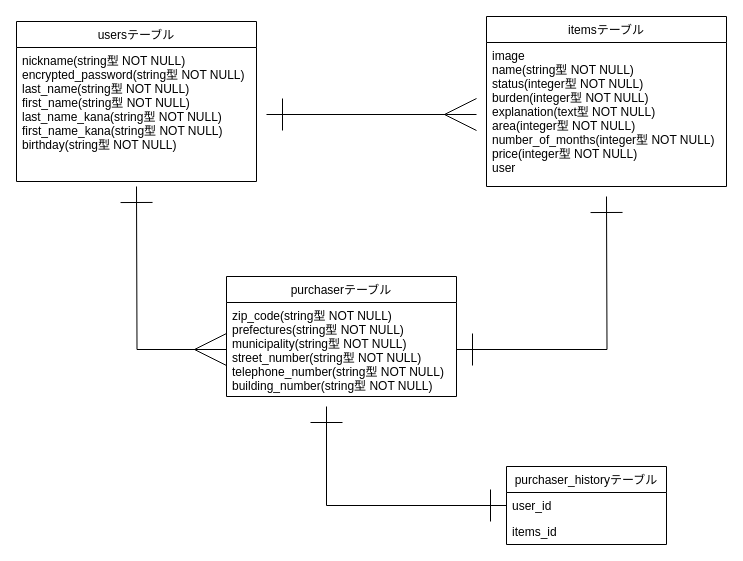
The draw.io diagram furima.dio in tomoya0605/furima-31686, before the edit. Source tidied: cells renumbered, new cells numbered last; positions are measured from the earlier drawing's top-left corner, leaving out a move shared by most shapes. Both pictures are drawn from the tidied source at 100%, with x=0, y=0 at pixel (16, 16).
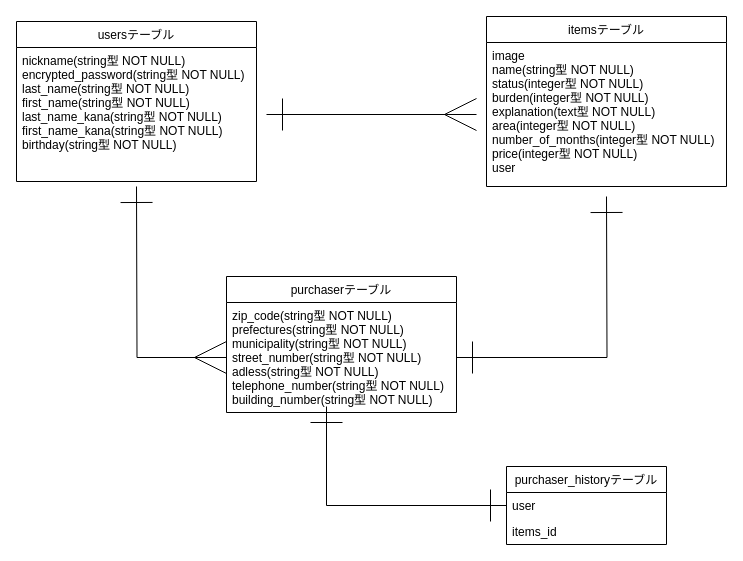
After the change.

Commit message (it also covers changes not shown here):
変更箇所修正

The change refers to these unchanged cells:
```xml
<mxCell id="10" value="purchaser_historyテーブル" style="swimlane;fontStyle=0;horizontal=1;startSize=26;fillColor=none;" parent="1" vertex="1">
  <mxGeometry x="490" y="450" width="160" height="78" as="geometry" />
</mxCell>
```

The edit, as a diff of the source:
```diff
@@
     <mxCell id="5" value="purchaserテーブル" style="swimlane;fontStyle=0;horizontal=1;startSize=26;fillColor=none;" parent="1" vertex="1">
-      <mxGeometry x="210" y="260" width="230" height="120" as="geometry" />
+      <mxGeometry x="210" y="260" width="230" height="136" as="geometry" />
     </mxCell>
-    <mxCell id="6" value="zip_code(string型 NOT NULL)&#10;prefectures(string型 NOT NULL)&#10;municipality(string型 NOT NULL)&#10;street_number(string型 NOT NULL)&#10;telephone_number(string型 NOT NULL)&#10;building_number(string型 NOT NULL)" style="text;strokeColor=none;fillColor=none;align=left;verticalAlign=top;spacingLeft=4;spacingRight=4;overflow=hidden;points=[[0,0.5],[1,0.5]];portConstraint=eastwest;" parent="5" vertex="1">
-      <mxGeometry y="26" width="230" height="94" as="geometry" />
+    <mxCell id="6" value="zip_code(string型 NOT NULL)&#10;prefectures(string型 NOT NULL)&#10;municipality(string型 NOT NULL)&#10;street_number(string型 NOT NULL)&#10;adless(string型 NOT NULL)&#10;telephone_number(string型 NOT NULL)&#10;building_number(string型 NOT NULL)" style="text;strokeColor=none;fillColor=none;align=left;verticalAlign=top;spacingLeft=4;spacingRight=4;overflow=hidden;points=[[0,0.5],[1,0.5]];portConstraint=eastwest;" parent="5" vertex="1">
+      <mxGeometry y="26" width="230" height="110" as="geometry" />
     </mxCell>
@@
-    <mxCell id="11" value="user_id" style="text;strokeColor=none;fillColor=none;align=left;verticalAlign=top;spacingLeft=4;spacingRight=4;overflow=hidden;" parent="10" vertex="1">
+    <mxCell id="11" value="user" style="text;strokeColor=none;fillColor=none;align=left;verticalAlign=top;spacingLeft=4;spacingRight=4;overflow=hidden;" parent="10" vertex="1">
       <mxGeometry y="26" width="160" height="26" as="geometry" />
     </mxCell>
```
